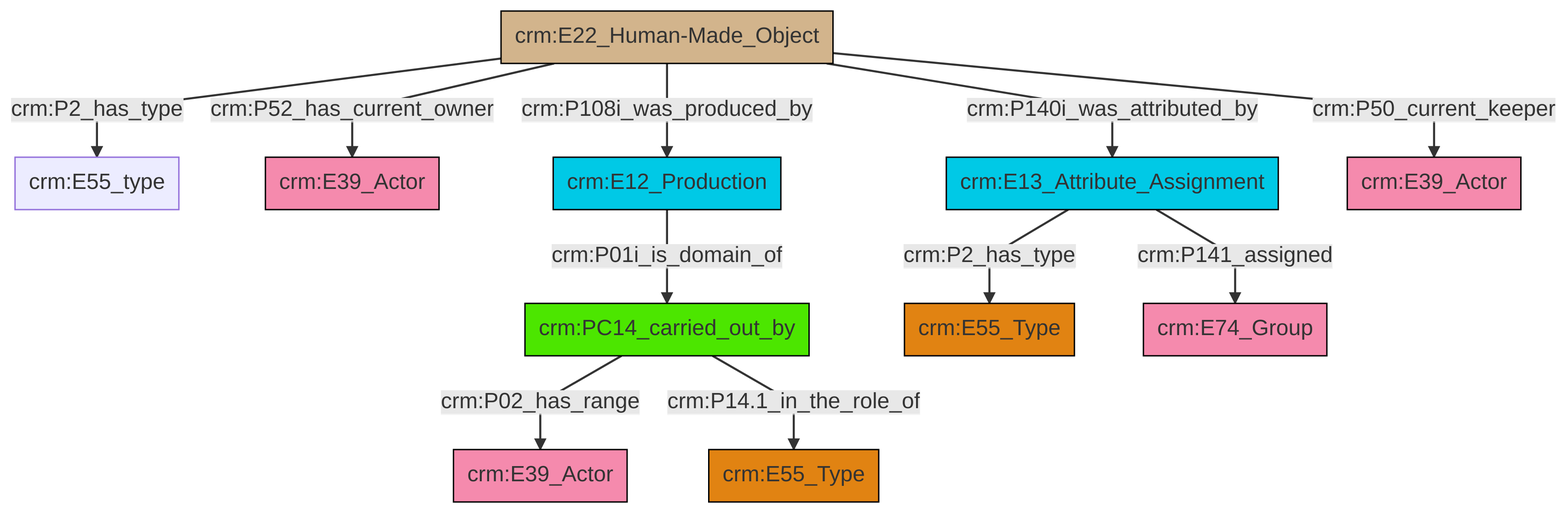
Earlier version of the Mermaid export et/artworkCSV/ttl/mmd/png/Artwork_Actor_Relations.png (swiss-art-research-net/reference-data-models). Its source is kept beside it as et/artworkCSV/ttl/mmd/Artwork_Actor_Relations.ttl.mmd.
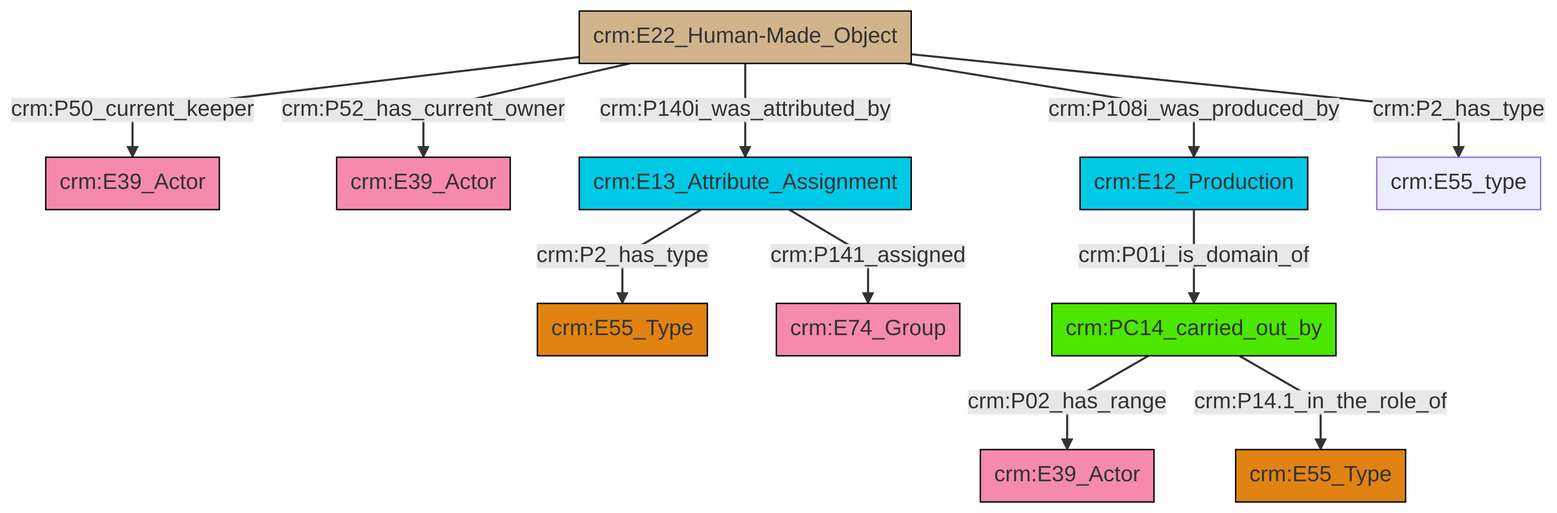
After the change.

Diff of the diagram source:
```diff
@@ -13,13 +13,13 @@
 classDef PC_Classes fill:#4ce600, stroke:#000000;
 classDef Multi fill:#cccccc,stroke:#000000;
 
-4["crm:PC14_carried_out_by"]:::PC_Classes -->|crm:P02_has_range| 0["crm:E39_Actor"]:::Actor
-7["crm:E22_Human-Made_Object"]:::Physical_Thing -->|crm:P2_has_type| 9["crm:E55_type"]:::Default
-11["crm:E13_Attribute_Assignment"]:::Temporal_Entity -->|crm:P2_has_type| 2["crm:E55_Type"]:::Type
-12["crm:E12_Production"]:::Temporal_Entity -->|crm:P01i_is_domain_of| 4["crm:PC14_carried_out_by"]:::PC_Classes
-7["crm:E22_Human-Made_Object"]:::Physical_Thing -->|crm:P52_has_current_owner| 5["crm:E39_Actor"]:::Actor
-11["crm:E13_Attribute_Assignment"]:::Temporal_Entity -->|crm:P141_assigned| 18["crm:E74_Group"]:::Actor
-4["crm:PC14_carried_out_by"]:::PC_Classes -->|crm:P14.1_in_the_role_of| 13["crm:E55_Type"]:::Type
-7["crm:E22_Human-Made_Object"]:::Physical_Thing -->|crm:P108i_was_produced_by| 12["crm:E12_Production"]:::Temporal_Entity
-7["crm:E22_Human-Made_Object"]:::Physical_Thing -->|crm:P140i_was_attributed_by| 11["crm:E13_Attribute_Assignment"]:::Temporal_Entity
-7["crm:E22_Human-Made_Object"]:::Physical_Thing -->|crm:P50_current_keeper| 15["crm:E39_Actor"]:::Actor
+11["crm:PC14_carried_out_by"]:::PC_Classes -->|crm:P02_has_range| 12["crm:E39_Actor"]:::Actor
+15["crm:E13_Attribute_Assignment"]:::Temporal_Entity -->|crm:P141_assigned| 7["crm:E74_Group"]:::Actor
+17["crm:E12_Production"]:::Temporal_Entity -->|crm:P01i_is_domain_of| 11["crm:PC14_carried_out_by"]:::PC_Classes
+13["crm:E22_Human-Made_Object"]:::Physical_Thing -->|crm:P108i_was_produced_by| 17["crm:E12_Production"]:::Temporal_Entity
+11["crm:PC14_carried_out_by"]:::PC_Classes -->|crm:P14.1_in_the_role_of| 3["crm:E55_Type"]:::Type
+13["crm:E22_Human-Made_Object"]:::Physical_Thing -->|crm:P50_current_keeper| 5["crm:E39_Actor"]:::Actor
+15["crm:E13_Attribute_Assignment"]:::Temporal_Entity -->|crm:P2_has_type| 0["crm:E55_Type"]:::Type
+13["crm:E22_Human-Made_Object"]:::Physical_Thing -->|crm:P52_has_current_owner| 9["crm:E39_Actor"]:::Actor
+13["crm:E22_Human-Made_Object"]:::Physical_Thing -->|crm:P2_has_type| 18["crm:E55_type"]:::Default
+13["crm:E22_Human-Made_Object"]:::Physical_Thing -->|crm:P140i_was_attributed_by| 15["crm:E13_Attribute_Assignment"]:::Temporal_Entity
```
